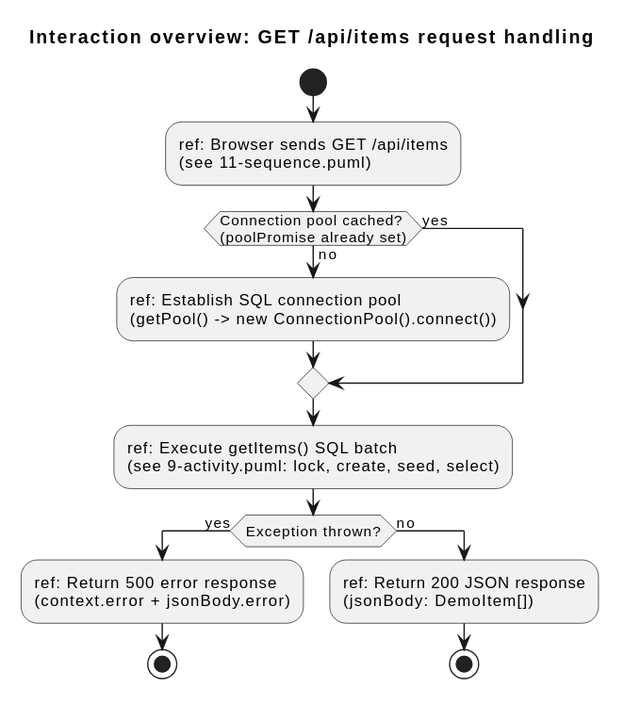
Above: uml/interaction/13-interaction-overview.svg in wolffy-au/frictionless-sample-azure (PlantUML), before the change. The source it was exported from:
```plantuml
@startuml
title Interaction overview: GET /api/items request handling

start
:ref: Browser sends GET /api/items\n(see 11-sequence.puml);
if (Connection pool cached?\n(poolPromise already set)) then (no)
  :ref: Establish SQL connection pool\n(getPool() -> new ConnectionPool().connect());
else (yes)
endif
:ref: Execute getItems() SQL batch\n(see 9-activity.puml: lock, create, seed, select);
if (Exception thrown?) then (yes)
  :ref: Return 500 error response\n(context.error + jsonBody.error);
  stop
else (no)
  :ref: Return 200 JSON response\n(jsonBody: DemoItem[]);
  stop
endif
@enduml
```
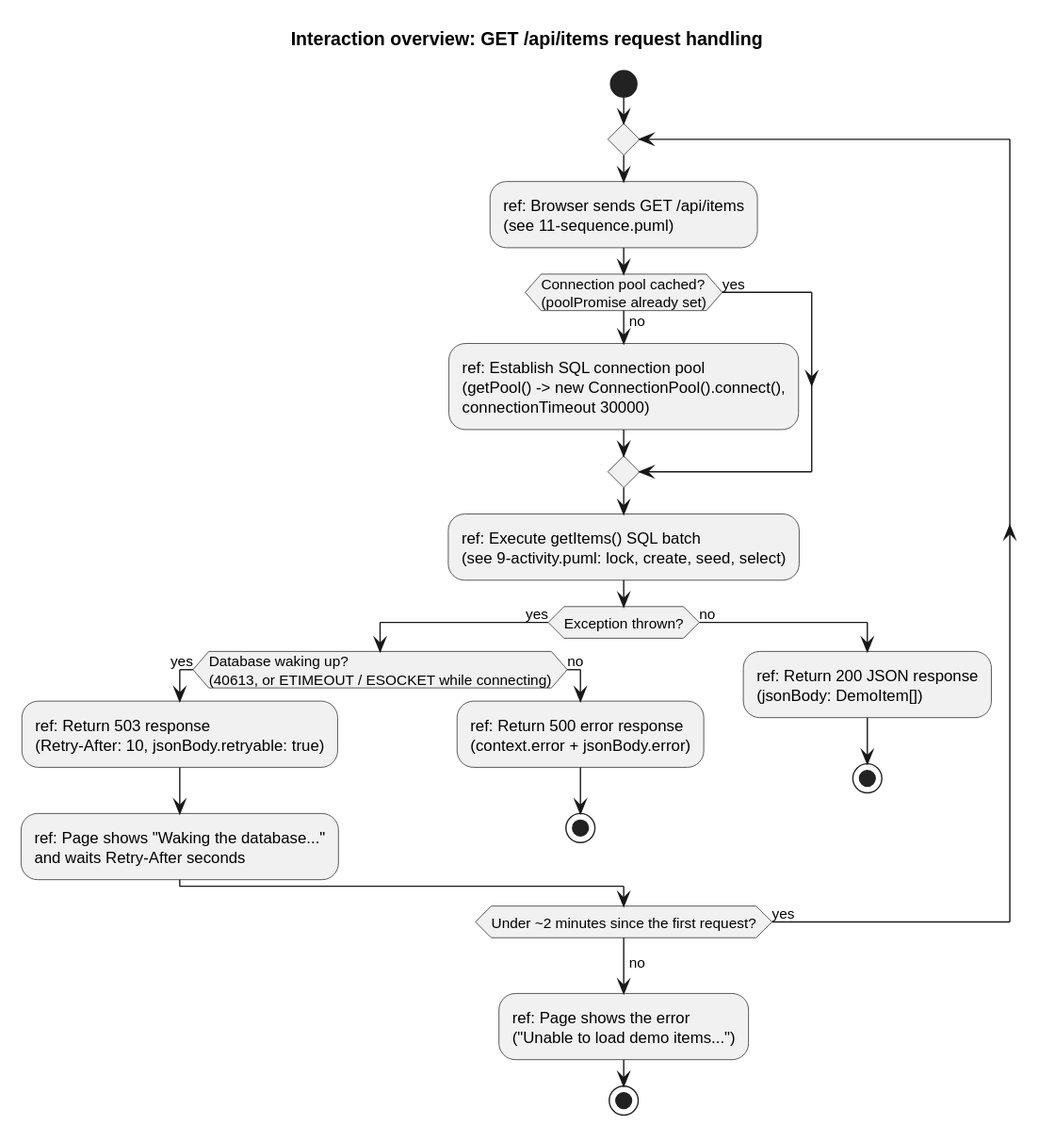
After the commit.

Commit message:
docs: describe the auto-pause resume and 503 retry path

Diff of the diagram source:
```diff
@@ -2,17 +2,27 @@
 title Interaction overview: GET /api/items request handling
 
 start
-:ref: Browser sends GET /api/items\n(see 11-sequence.puml);
-if (Connection pool cached?\n(poolPromise already set)) then (no)
-  :ref: Establish SQL connection pool\n(getPool() -> new ConnectionPool().connect());
-else (yes)
-endif
-:ref: Execute getItems() SQL batch\n(see 9-activity.puml: lock, create, seed, select);
-if (Exception thrown?) then (yes)
-  :ref: Return 500 error response\n(context.error + jsonBody.error);
-  stop
-else (no)
-  :ref: Return 200 JSON response\n(jsonBody: DemoItem[]);
-  stop
-endif
+repeat
+  :ref: Browser sends GET /api/items\n(see 11-sequence.puml);
+  if (Connection pool cached?\n(poolPromise already set)) then (no)
+    :ref: Establish SQL connection pool\n(getPool() -> new ConnectionPool().connect(),\nconnectionTimeout 30000);
+  else (yes)
+  endif
+  :ref: Execute getItems() SQL batch\n(see 9-activity.puml: lock, create, seed, select);
+  if (Exception thrown?) then (yes)
+    if (Database waking up?\n(40613, or ETIMEOUT / ESOCKET while connecting)) then (yes)
+      :ref: Return 503 response\n(Retry-After: 10, jsonBody.retryable: true);
+      :ref: Page shows "Waking the database..."\nand waits Retry-After seconds;
+    else (no)
+      :ref: Return 500 error response\n(context.error + jsonBody.error);
+      stop
+    endif
+  else (no)
+    :ref: Return 200 JSON response\n(jsonBody: DemoItem[]);
+    stop
+  endif
+repeat while (Under ~2 minutes since the first request?) is (yes)
+->no;
+:ref: Page shows the error\n("Unable to load demo items...");
+stop
 @enduml
```
